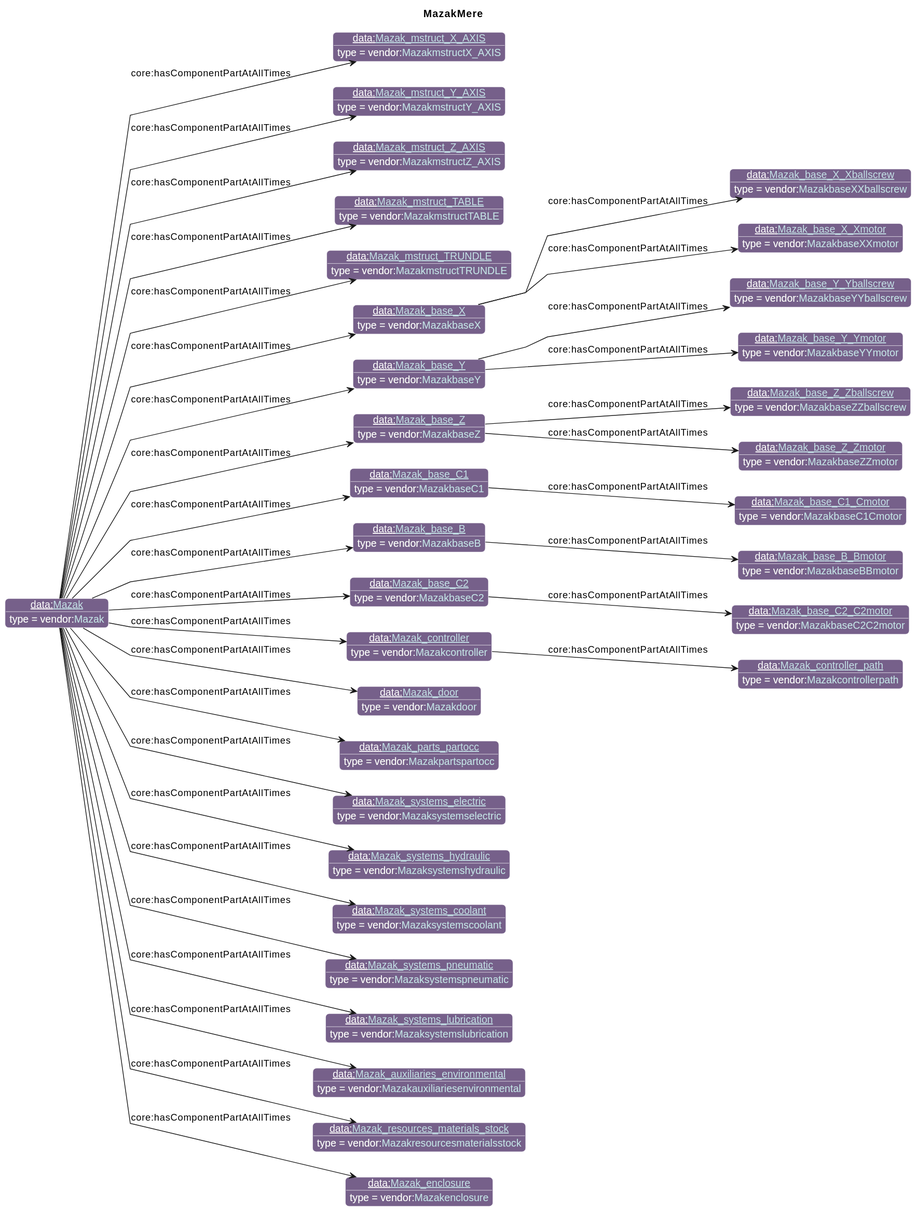
Earlier version of the PlantUML export diagrams/MazakMere.svg (iofoundry/example-syseng-mtconnect).
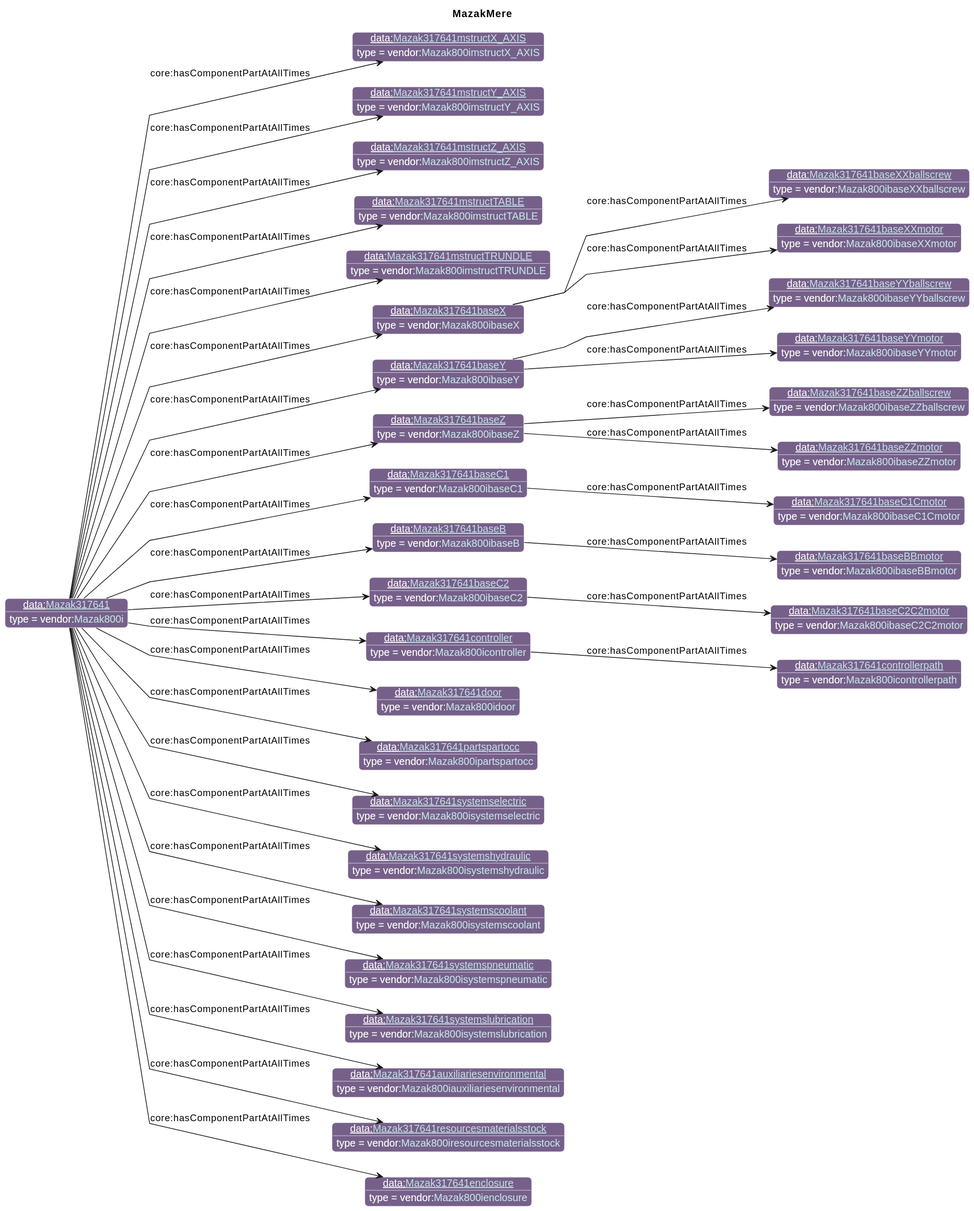
After the change.

What changed in the source:
```diff
@@ -25,39 +25,39 @@
                       "cmns-dsg":"3A0519",
                       "qp":"641B2E"
       }
-individual(o0, data:[[./Mazak.html Mazak]], vendor:[[../Mazak.html#Mazak Mazak]])
-individual(o1, data:[[./Mazak_mstruct_X_AXIS.html Mazak_mstruct_X_AXIS]], vendor:[[../Mazak.html#MazakmstructX_AXIS MazakmstructX_AXIS]])
-individual(o2, data:[[./Mazak_mstruct_Y_AXIS.html Mazak_mstruct_Y_AXIS]], vendor:[[../Mazak.html#MazakmstructY_AXIS MazakmstructY_AXIS]])
-individual(o3, data:[[./Mazak_mstruct_Z_AXIS.html Mazak_mstruct_Z_AXIS]], vendor:[[../Mazak.html#MazakmstructZ_AXIS MazakmstructZ_AXIS]])
-individual(o4, data:[[./Mazak_mstruct_TABLE.html Mazak_mstruct_TABLE]], vendor:[[../Mazak.html#MazakmstructTABLE MazakmstructTABLE]])
-individual(o5, data:[[./Mazak_mstruct_TRUNDLE.html Mazak_mstruct_TRUNDLE]], vendor:[[../Mazak.html#MazakmstructTRUNDLE MazakmstructTRUNDLE]])
-individual(o6, data:[[./Mazak_base_X.html Mazak_base_X]], vendor:[[../Mazak.html#MazakbaseX MazakbaseX]])
-individual(o7, data:[[./Mazak_base_X_Xballscrew.html Mazak_base_X_Xballscrew]], vendor:[[../Mazak.html#MazakbaseXXballscrew MazakbaseXXballscrew]])
-individual(o8, data:[[./Mazak_base_X_Xmotor.html Mazak_base_X_Xmotor]], vendor:[[../Mazak.html#MazakbaseXXmotor MazakbaseXXmotor]])
-individual(o9, data:[[./Mazak_base_Y.html Mazak_base_Y]], vendor:[[../Mazak.html#MazakbaseY MazakbaseY]])
-individual(o10, data:[[./Mazak_base_Y_Yballscrew.html Mazak_base_Y_Yballscrew]], vendor:[[../Mazak.html#MazakbaseYYballscrew MazakbaseYYballscrew]])
-individual(o11, data:[[./Mazak_base_Y_Ymotor.html Mazak_base_Y_Ymotor]], vendor:[[../Mazak.html#MazakbaseYYmotor MazakbaseYYmotor]])
-individual(o12, data:[[./Mazak_base_Z.html Mazak_base_Z]], vendor:[[../Mazak.html#MazakbaseZ MazakbaseZ]])
-individual(o13, data:[[./Mazak_base_Z_Zballscrew.html Mazak_base_Z_Zballscrew]], vendor:[[../Mazak.html#MazakbaseZZballscrew MazakbaseZZballscrew]])
-individual(o14, data:[[./Mazak_base_Z_Zmotor.html Mazak_base_Z_Zmotor]], vendor:[[../Mazak.html#MazakbaseZZmotor MazakbaseZZmotor]])
-individual(o15, data:[[./Mazak_base_C1.html Mazak_base_C1]], vendor:[[../Mazak.html#MazakbaseC1 MazakbaseC1]])
-individual(o16, data:[[./Mazak_base_C1_Cmotor.html Mazak_base_C1_Cmotor]], vendor:[[../Mazak.html#MazakbaseC1Cmotor MazakbaseC1Cmotor]])
-individual(o17, data:[[./Mazak_base_B.html Mazak_base_B]], vendor:[[../Mazak.html#MazakbaseB MazakbaseB]])
-individual(o18, data:[[./Mazak_base_B_Bmotor.html Mazak_base_B_Bmotor]], vendor:[[../Mazak.html#MazakbaseBBmotor MazakbaseBBmotor]])
-individual(o19, data:[[./Mazak_base_C2.html Mazak_base_C2]], vendor:[[../Mazak.html#MazakbaseC2 MazakbaseC2]])
-individual(o20, data:[[./Mazak_base_C2_C2motor.html Mazak_base_C2_C2motor]], vendor:[[../Mazak.html#MazakbaseC2C2motor MazakbaseC2C2motor]])
-individual(o21, data:[[./Mazak_controller.html Mazak_controller]], vendor:[[../Mazak.html#Mazakcontroller Mazakcontroller]])
-individual(o22, data:[[./Mazak_controller_path.html Mazak_controller_path]], vendor:[[../Mazak.html#Mazakcontrollerpath Mazakcontrollerpath]])
-individual(o23, data:[[./Mazak_door.html Mazak_door]], vendor:[[../Mazak.html#Mazakdoor Mazakdoor]])
-individual(o24, data:[[./Mazak_parts_partocc.html Mazak_parts_partocc]], vendor:[[../Mazak.html#Mazakpartspartocc Mazakpartspartocc]])
-individual(o25, data:[[./Mazak_systems_electric.html Mazak_systems_electric]], vendor:[[../Mazak.html#Mazaksystemselectric Mazaksystemselectric]])
-individual(o26, data:[[./Mazak_systems_hydraulic.html Mazak_systems_hydraulic]], vendor:[[../Mazak.html#Mazaksystemshydraulic Mazaksystemshydraulic]])
-individual(o27, data:[[./Mazak_systems_coolant.html Mazak_systems_coolant]], vendor:[[../Mazak.html#Mazaksystemscoolant Mazaksystemscoolant]])
-individual(o28, data:[[./Mazak_systems_pneumatic.html Mazak_systems_pneumatic]], vendor:[[../Mazak.html#Mazaksystemspneumatic Mazaksystemspneumatic]])
-individual(o29, data:[[./Mazak_systems_lubrication.html Mazak_systems_lubrication]], vendor:[[../Mazak.html#Mazaksystemslubrication Mazaksystemslubrication]])
-individual(o30, data:[[./Mazak_auxiliaries_environmental.html Mazak_auxiliaries_environmental]], vendor:[[../Mazak.html#Mazakauxiliariesenvironmental Mazakauxiliariesenvironmental]])
-individual(o31, data:[[./Mazak_resources_materials_stock.html Mazak_resources_materials_stock]], vendor:[[../Mazak.html#Mazakresourcesmaterialsstock Mazakresourcesmaterialsstock]])
-individual(o32, data:[[./Mazak_enclosure.html Mazak_enclosure]], vendor:[[../Mazak.html#Mazakenclosure Mazakenclosure]])
+individual(o0, data:[[./Mazak317641.html Mazak317641]], vendor:[[../Mazak.html#Mazak800i Mazak800i]])
+individual(o1, data:[[./Mazak317641mstructX_AXIS.html Mazak317641mstructX_AXIS]], vendor:[[../Mazak.html#Mazak800imstructX_AXIS Mazak800imstructX_AXIS]])
+individual(o2, data:[[./Mazak317641mstructY_AXIS.html Mazak317641mstructY_AXIS]], vendor:[[../Mazak.html#Mazak800imstructY_AXIS Mazak800imstructY_AXIS]])
+individual(o3, data:[[./Mazak317641mstructZ_AXIS.html Mazak317641mstructZ_AXIS]], vendor:[[../Mazak.html#Mazak800imstructZ_AXIS Mazak800imstructZ_AXIS]])
+individual(o4, data:[[./Mazak317641mstructTABLE.html Mazak317641mstructTABLE]], vendor:[[../Mazak.html#Mazak800imstructTABLE Mazak800imstructTABLE]])
+individual(o5, data:[[./Mazak317641mstructTRUNDLE.html Mazak317641mstructTRUNDLE]], vendor:[[../Mazak.html#Mazak800imstructTRUNDLE Mazak800imstructTRUNDLE]])
+individual(o6, data:[[./Mazak317641baseX.html Mazak317641baseX]], vendor:[[../Mazak.html#Mazak800ibaseX Mazak800ibaseX]])
+individual(o7, data:[[./Mazak317641baseXXballscrew.html Mazak317641baseXXballscrew]], vendor:[[../Mazak.html#Mazak800ibaseXXballscrew Mazak800ibaseXXballscrew]])
+individual(o8, data:[[./Mazak317641baseXXmotor.html Mazak317641baseXXmotor]], vendor:[[../Mazak.html#Mazak800ibaseXXmotor Mazak800ibaseXXmotor]])
+individual(o9, data:[[./Mazak317641baseY.html Mazak317641baseY]], vendor:[[../Mazak.html#Mazak800ibaseY Mazak800ibaseY]])
+individual(o10, data:[[./Mazak317641baseYYballscrew.html Mazak317641baseYYballscrew]], vendor:[[../Mazak.html#Mazak800ibaseYYballscrew Mazak800ibaseYYballscrew]])
+individual(o11, data:[[./Mazak317641baseYYmotor.html Mazak317641baseYYmotor]], vendor:[[../Mazak.html#Mazak800ibaseYYmotor Mazak800ibaseYYmotor]])
+individual(o12, data:[[./Mazak317641baseZ.html Mazak317641baseZ]], vendor:[[../Mazak.html#Mazak800ibaseZ Mazak800ibaseZ]])
+individual(o13, data:[[./Mazak317641baseZZballscrew.html Mazak317641baseZZballscrew]], vendor:[[../Mazak.html#Mazak800ibaseZZballscrew Mazak800ibaseZZballscrew]])
+individual(o14, data:[[./Mazak317641baseZZmotor.html Mazak317641baseZZmotor]], vendor:[[../Mazak.html#Mazak800ibaseZZmotor Mazak800ibaseZZmotor]])
+individual(o15, data:[[./Mazak317641baseC1.html Mazak317641baseC1]], vendor:[[../Mazak.html#Mazak800ibaseC1 Mazak800ibaseC1]])
+individual(o16, data:[[./Mazak317641baseC1Cmotor.html Mazak317641baseC1Cmotor]], vendor:[[../Mazak.html#Mazak800ibaseC1Cmotor Mazak800ibaseC1Cmotor]])
+individual(o17, data:[[./Mazak317641baseB.html Mazak317641baseB]], vendor:[[../Mazak.html#Mazak800ibaseB Mazak800ibaseB]])
+individual(o18, data:[[./Mazak317641baseBBmotor.html Mazak317641baseBBmotor]], vendor:[[../Mazak.html#Mazak800ibaseBBmotor Mazak800ibaseBBmotor]])
+individual(o19, data:[[./Mazak317641baseC2.html Mazak317641baseC2]], vendor:[[../Mazak.html#Mazak800ibaseC2 Mazak800ibaseC2]])
+individual(o20, data:[[./Mazak317641baseC2C2motor.html Mazak317641baseC2C2motor]], vendor:[[../Mazak.html#Mazak800ibaseC2C2motor Mazak800ibaseC2C2motor]])
+individual(o21, data:[[./Mazak317641controller.html Mazak317641controller]], vendor:[[../Mazak.html#Mazak800icontroller Mazak800icontroller]])
+individual(o22, data:[[./Mazak317641controllerpath.html Mazak317641controllerpath]], vendor:[[../Mazak.html#Mazak800icontrollerpath Mazak800icontrollerpath]])
+individual(o23, data:[[./Mazak317641door.html Mazak317641door]], vendor:[[../Mazak.html#Mazak800idoor Mazak800idoor]])
+individual(o24, data:[[./Mazak317641partspartocc.html Mazak317641partspartocc]], vendor:[[../Mazak.html#Mazak800ipartspartocc Mazak800ipartspartocc]])
+individual(o25, data:[[./Mazak317641systemselectric.html Mazak317641systemselectric]], vendor:[[../Mazak.html#Mazak800isystemselectric Mazak800isystemselectric]])
+individual(o26, data:[[./Mazak317641systemshydraulic.html Mazak317641systemshydraulic]], vendor:[[../Mazak.html#Mazak800isystemshydraulic Mazak800isystemshydraulic]])
+individual(o27, data:[[./Mazak317641systemscoolant.html Mazak317641systemscoolant]], vendor:[[../Mazak.html#Mazak800isystemscoolant Mazak800isystemscoolant]])
+individual(o28, data:[[./Mazak317641systemspneumatic.html Mazak317641systemspneumatic]], vendor:[[../Mazak.html#Mazak800isystemspneumatic Mazak800isystemspneumatic]])
+individual(o29, data:[[./Mazak317641systemslubrication.html Mazak317641systemslubrication]], vendor:[[../Mazak.html#Mazak800isystemslubrication Mazak800isystemslubrication]])
+individual(o30, data:[[./Mazak317641auxiliariesenvironmental.html Mazak317641auxiliariesenvironmental]], vendor:[[../Mazak.html#Mazak800iauxiliariesenvironmental Mazak800iauxiliariesenvironmental]])
+individual(o31, data:[[./Mazak317641resourcesmaterialsstock.html Mazak317641resourcesmaterialsstock]], vendor:[[../Mazak.html#Mazak800iresourcesmaterialsstock Mazak800iresourcesmaterialsstock]])
+individual(o32, data:[[./Mazak317641enclosure.html Mazak317641enclosure]], vendor:[[../Mazak.html#Mazak800ienclosure Mazak800ienclosure]])
 property(o0, "core:hasComponentPartAtAllTimes", o1)
 property(o0, "core:hasComponentPartAtAllTimes", o2)
 property(o0, "core:hasComponentPartAtAllTimes", o3)
```
